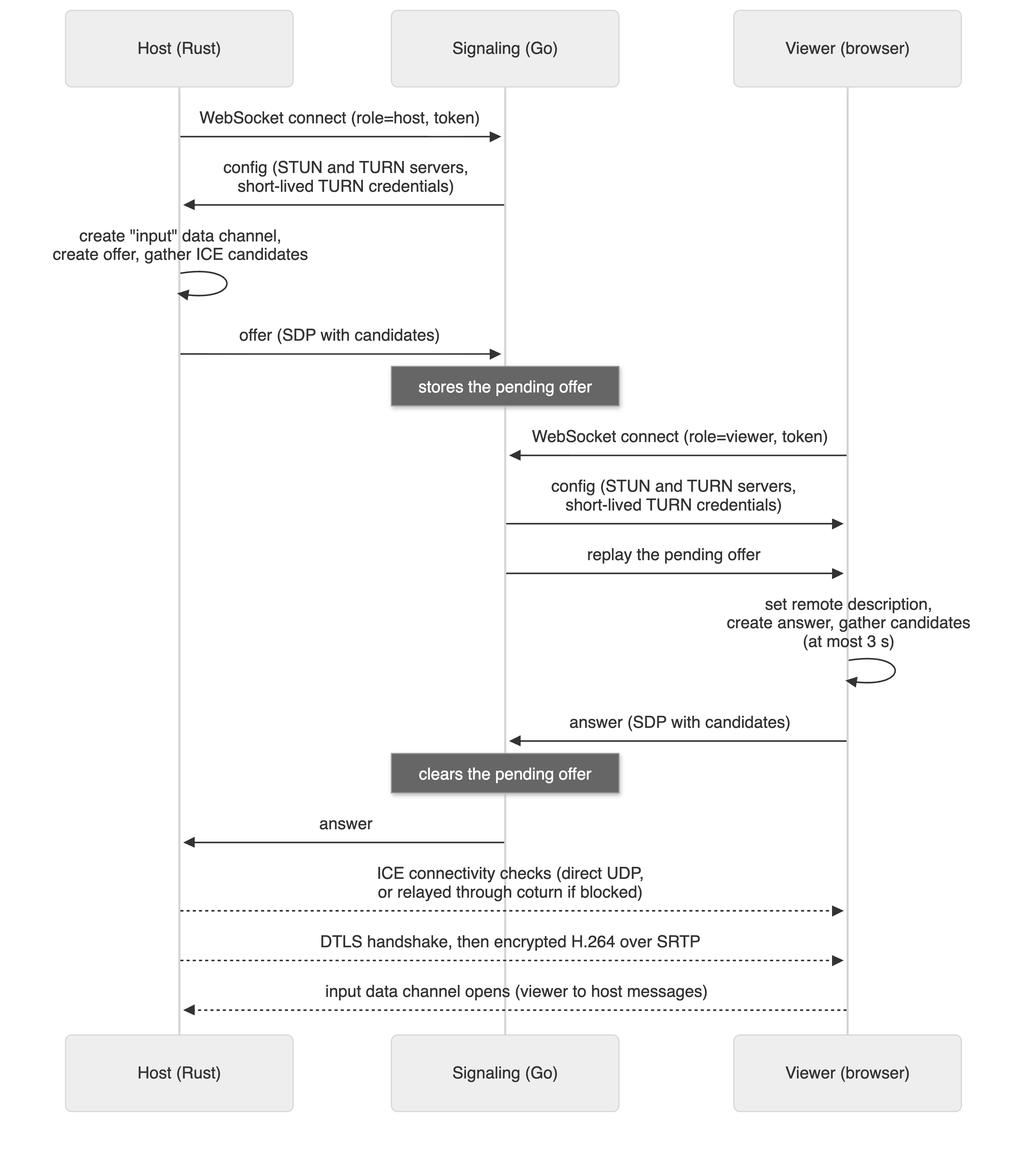
AbhishekS-06/RemoteBridge keeps this Mermaid diagram as docs/diagrams/connection-setup.png. Above is the earlier version. Its source is kept beside it as docs/diagrams/connection-setup.mmd.
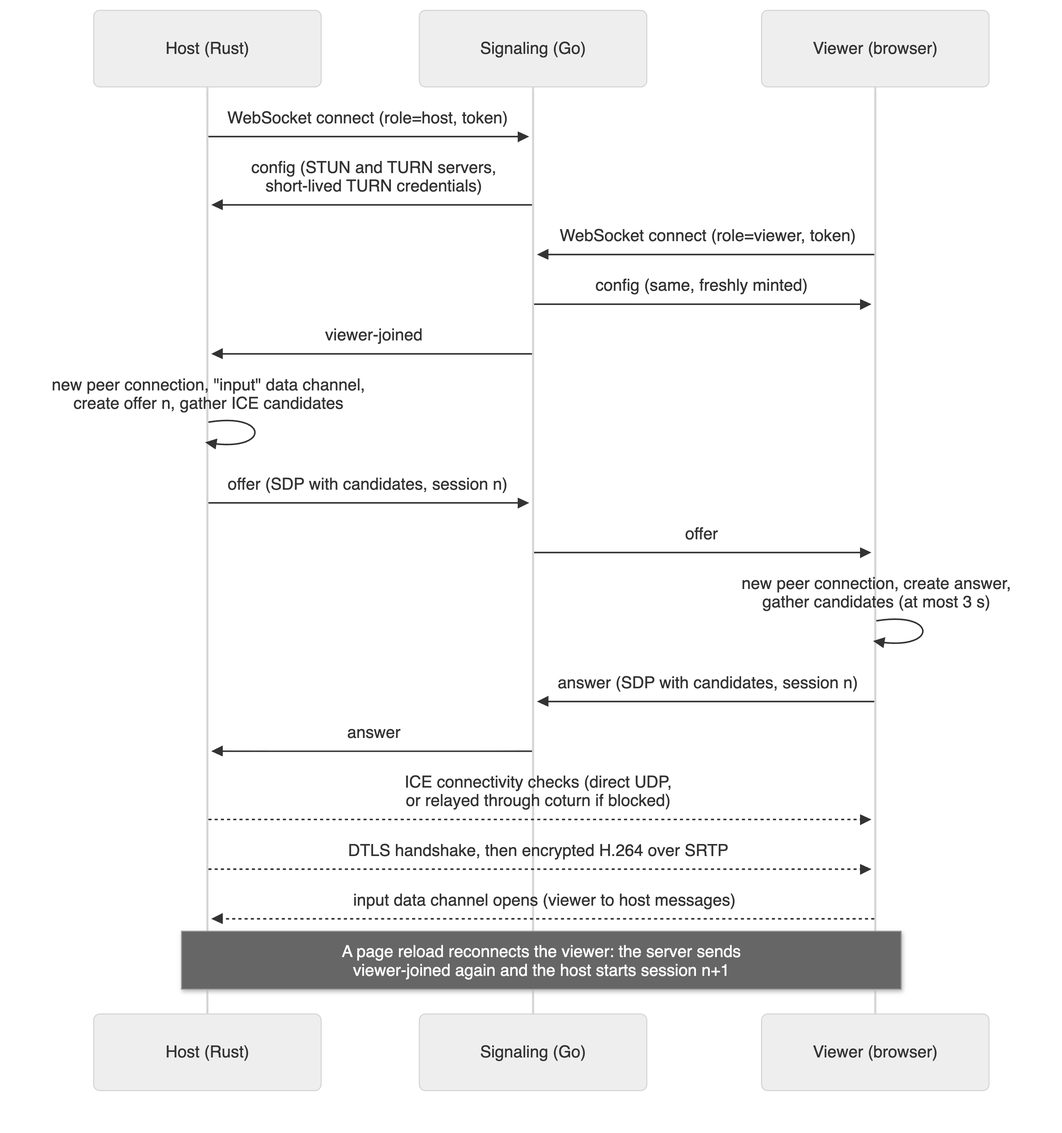
After the commit.

What changed in the source:
```diff
@@ -5,16 +5,16 @@
 
     H->>S: WebSocket connect (role=host, token)
     S->>H: config (STUN and TURN servers,<br/>short-lived TURN credentials)
-    H->>H: create "input" data channel,<br/>create offer, gather ICE candidates
-    H->>S: offer (SDP with candidates)
-    Note over S: stores the pending offer
     V->>S: WebSocket connect (role=viewer, token)
-    S->>V: config (STUN and TURN servers,<br/>short-lived TURN credentials)
-    S->>V: replay the pending offer
-    V->>V: set remote description,<br/>create answer, gather candidates<br/>(at most 3 s)
-    V->>S: answer (SDP with candidates)
-    Note over S: clears the pending offer
+    S->>V: config (same, freshly minted)
+    S->>H: viewer-joined
+    H->>H: new peer connection, "input" data channel,<br/>create offer n, gather ICE candidates
+    H->>S: offer (SDP with candidates, session n)
+    S->>V: offer
+    V->>V: new peer connection, create answer,<br/>gather candidates (at most 3 s)
+    V->>S: answer (SDP with candidates, session n)
     S->>H: answer
     H-->>V: ICE connectivity checks (direct UDP,<br/>or relayed through coturn if blocked)
     H-->>V: DTLS handshake, then encrypted H.264 over SRTP
     V-->>H: input data channel opens (viewer to host messages)
+    Note over H,V: A page reload reconnects the viewer: the server sends<br/>viewer-joined again and the host starts session n+1
```
